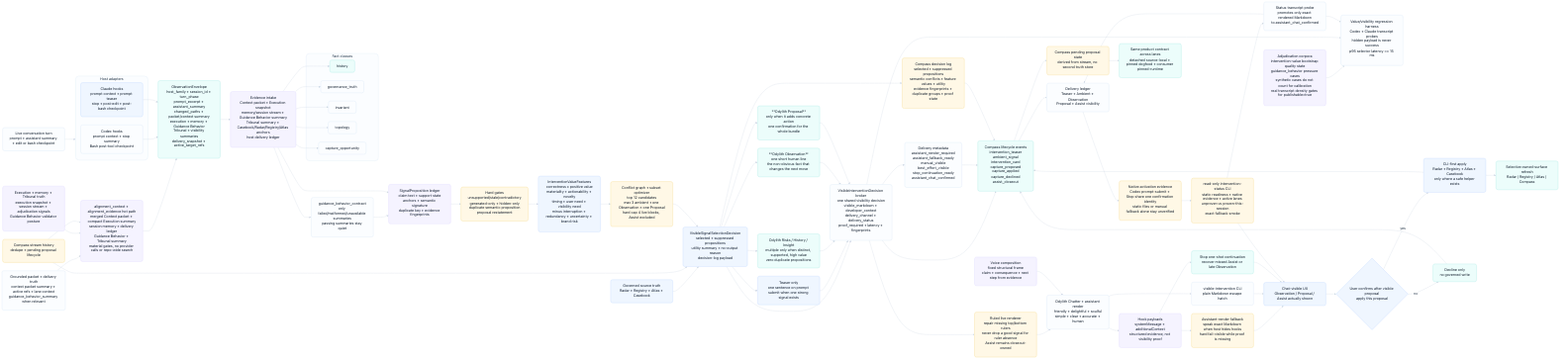
Before: odylith/atlas/source/odylith-conversation-observation-and-governed-proposal-flow.png, a diagram exported from Mermaid (odylith/odylith). Its source is kept beside it as odylith/atlas/source/odylith-conversation-observation-and-governed-proposal-flow.mmd.
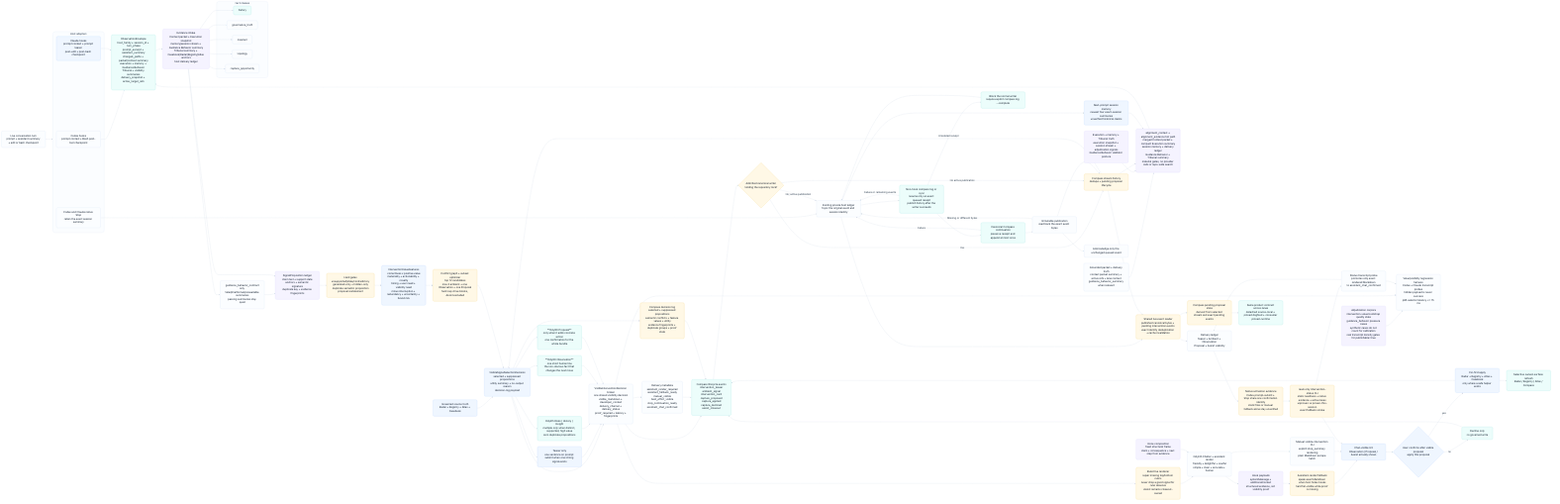
After the commit.

What changed in the source:
```diff
@@ -8,8 +8,9 @@
     Alignment["alignment_context + alignment_evidence hot path<br/>merged Context packet + compact Execution summary<br/>session memory + delivery ledger<br/>Guidance Behavior + Tribunal summary<br/>material gates, no provider calls or repo-wide search"] --> Envelope
 
     subgraph Hosts["Host adapters"]
-        Codex["Codex hooks<br/>prompt context + stop summary<br/>Bash post-tool checkpoint"]
-        Claude["Claude hooks<br/>prompt context + prompt teaser<br/>stop + post-edit + post-bash checkpoint"]
+        Codex["Codex hooks<br/>prompt context + Bash post-tool checkpoint"]
+        Claude["Claude hooks<br/>prompt context + prompt teaser<br/>post-edit + post-bash checkpoint"]
+        NativeStop["Codex and Claude native Stop<br/>retain the exact session summary"]
     end
 
     Codex --> Envelope["ObservationEnvelope<br/>host_family + session_id + turn_phase<br/>prompt_excerpt + assistant_summary<br/>changed_paths + packet/context summary<br/>execution + memory + Guidance Behavior<br/>Tribunal + visibility summaries<br/>delivery_snapshot + active_target_refs"]
@@ -55,13 +56,30 @@
     Renderer --> Chatter["Odylith Chatter + assistant render<br/>friendly + delightful + soulful<br/>simple + clear + accurate + human"]
     Chatter --> HookPayloads["Hook payloads<br/>systemMessage + additionalContext<br/>structured evidence, not visibility proof"]
     HookPayloads --> AssistantFallback["Assistant-render fallback<br/>speak exact Markdown when host hides hooks<br/>hard fail-visible while proof is missing"]
-    Chatter --> ManualVisible["visible-intervention CLI<br/>plain Markdown escape hatch"]
+    Chatter --> ManualVisible["Manual visible-intervention CLI<br/>explicit stop_summary rendering<br/>plain Markdown escape hatch"]
     AssistantFallback --> Chat["Chat-visible UX<br/>Observation / Proposal / Assist actually shown"]
     ManualVisible --> Chat
-    HookPayloads --> StopGuard["Stop one-shot continuation<br/>recover missed Assist or late Observation"]
-    StopGuard --> Chat
+    NativeStop --> HostQueue["Existing private host ledger<br/>fsync the original event and session identity"]
+    Events --> EventAdmission{"Admitted canonical writer<br/>holding the repository lock?"}
+    EventAdmission -->|Yes| Stream
+    EventAdmission -->|No active publication| Stream
+    EventAdmission -->|No; active publication| HostQueue
+    HostQueue --> LiveEvents["Shared live event reader<br/>published canonical bytes + pending intervention events<br/>exact identity deduplication + cache invalidation"]
+    Stream --> LiveEvents
+    HostQueue --> PendingMemory["Next-prompt session memory<br/>newest four exact-session summaries<br/>unverified historical claims"]
+    PendingMemory --> Alignment
+    HostQueue --> Foreground["Non-hook compass log or sync<br/>resume only an exact queued receipt<br/>publish history after the writer succeeds"]
+    Foreground --> HostContinuation["Canonical Compass continuation<br/>preserve receipt and append at most once"]
+    HostContinuation --> HostPublish["Immutable publication<br/>read back the exact event bytes"]
+    HostPublish --> HostAck["Acknowledge only the unchanged queued event"]
+    HostPublish --> Stream
+    Foreground -->|Unrelated receipt| HostBlocked["Block the normal writer<br/>require explicit compass log --complete"]
+    Foreground -->|Failure or remaining events| HostQueue
+    HostContinuation -->|Failure| HostQueue
+    HostPublish -->|Missing or different bytes| HostQueue
+    HostBlocked --> HostQueue
     DeliveryMetadata --> Events
-    Events --> Ledger["Delivery ledger<br/>Teaser + Ambient + Observation<br/>Proposal + Assist visibility"]
+    LiveEvents --> Ledger["Delivery ledger<br/>Teaser + Ambient + Observation<br/>Proposal + Assist visibility"]
     Ledger --> NativeActivation["Native activation evidence<br/>Codex prompt-submit + Stop share one confirmation identity<br/>static files or manual fallback alone stay unverified"]
     NativeActivation --> Status["read-only intervention-status CLI<br/>static readiness + native evidence + active lanes<br/>unproven vs proven-this-session<br/>exact fallback smoke"]
     Status --> ChatProbe["Status transcript probe<br/>promotes only exact rendered Markdown<br/>to assistant_chat_confirmed"]
@@ -80,7 +98,7 @@
     Apply --> Refresh["Selective owned-surface refresh<br/>Radar / Registry / Atlas / Compass"]
     Apply --> Events
     Decline --> Events
-    Events --> Pending["Compass pending proposal state<br/>derived from stream, no second truth store"]
+    LiveEvents --> Pending["Compass pending proposal state<br/>derived from selected stream and exact pending events"]
 
     Voice["Voice composition<br/>fixed structural frame<br/>claim + consequence + next step from evidence"] --> Chatter
     Pending --> Lanes["Same product contract across lanes<br/>detached source-local + pinned dogfood + consumer pinned-runtime"]
```
